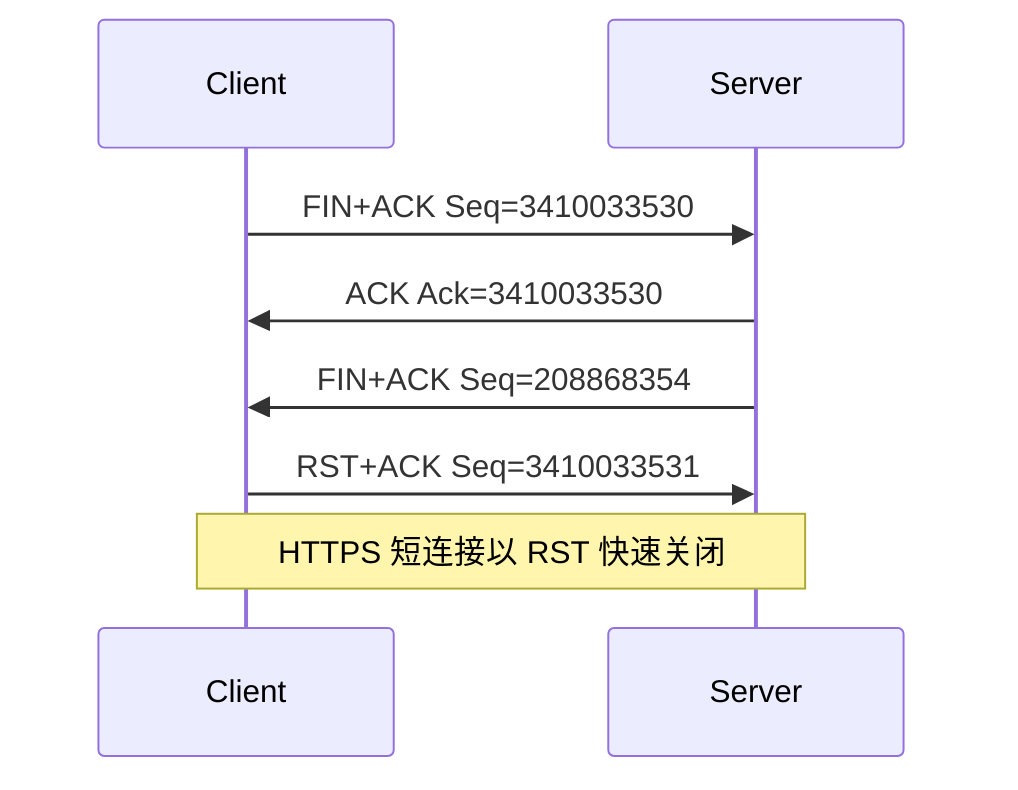
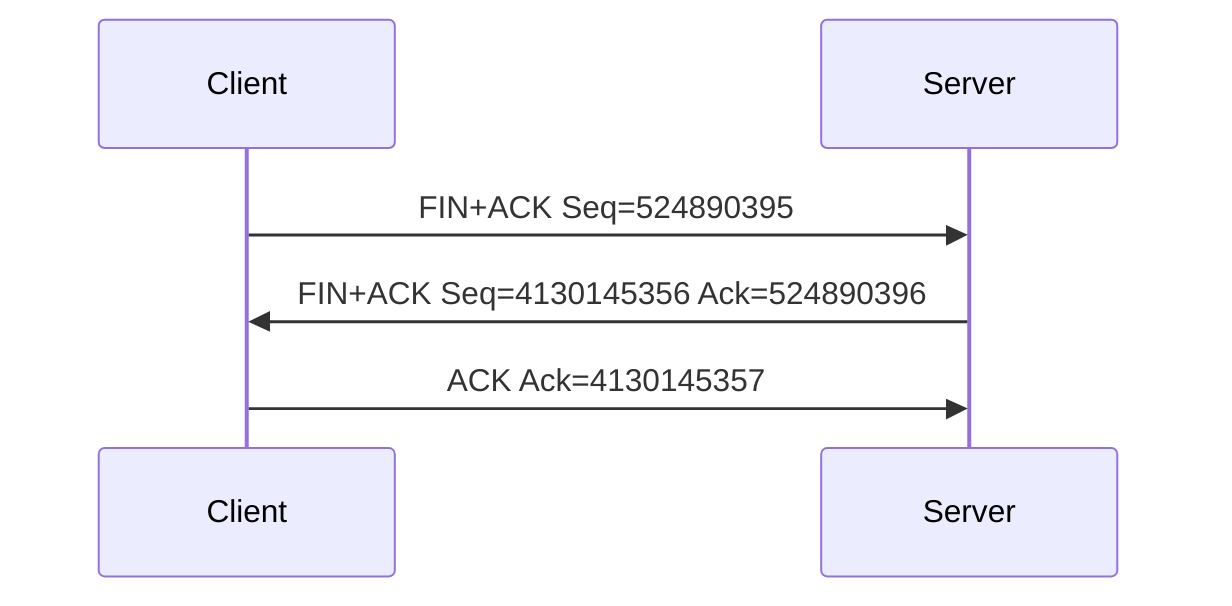
sequenceDiagram
    participant C as Client
    participant S as Server
-     C->>S: FIN+ACK Seq=3410033530
-     S->>C: ACK Ack=3410033530
-     S->>C: FIN+ACK Seq=208868354
-     C->>S: RST+ACK Seq=3410033531
-     Note over C,S: HTTPS 短连接以 RST 快速关闭
+     C->>S: FIN+ACK Seq=524890395
+     S->>C: FIN+ACK Seq=4130145356 Ack=524890396
+     C->>S: ACK Ack=4130145357
